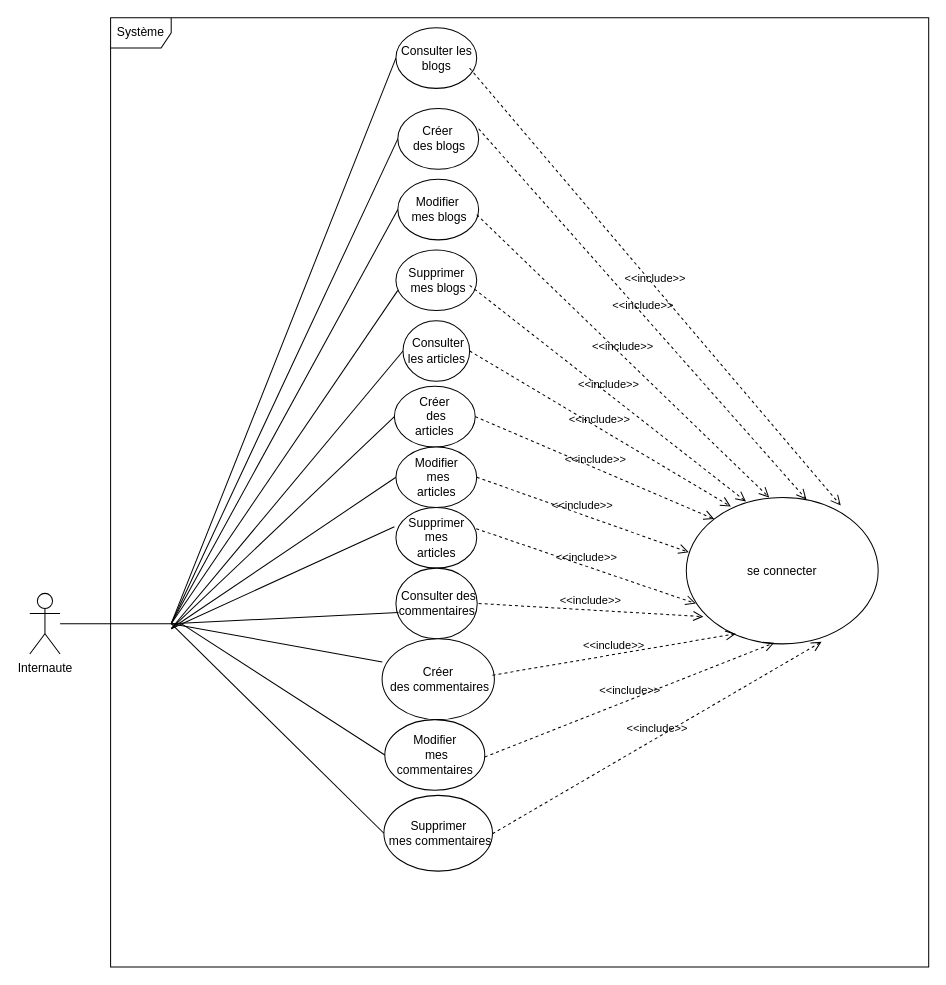
Before: page "Diagramme de cas d’utilisation" (3 of 9) of Diagramme sans nom.drawio in Ali0908/BDD_UML, a draw.io diagram. Source tidied: cells renumbered, new cells numbered last; positions are measured from the earlier drawing's top-left corner, leaving out a move shared by most shapes. Both pictures are drawn from the tidied source at 101%, with x=0, y=0 at pixel (29, 17).
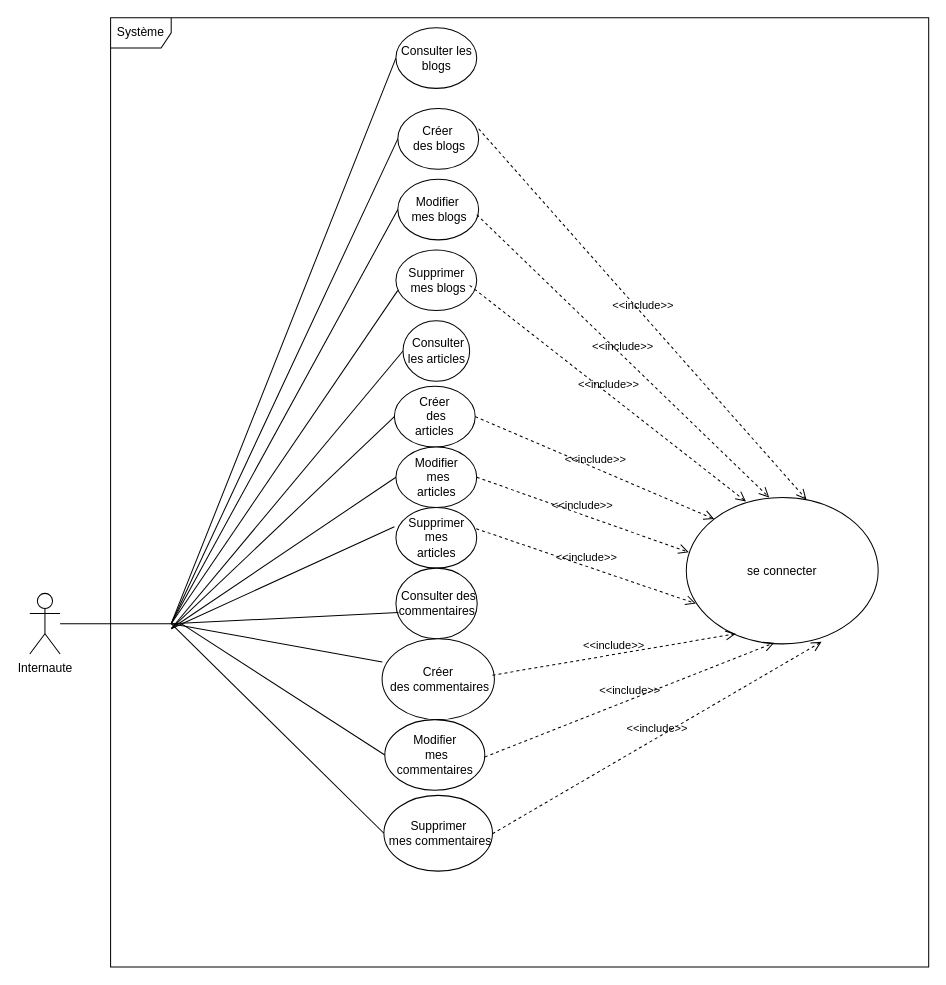
The same page after the edit.

Commit message:
MAJ diagramme de classe d'utilisation

The change refers to these unchanged cells:
```xml
<mxCell id="10" value="se connecter" style="ellipse;whiteSpace=wrap;html=1;" parent="1" vertex="1">
  <mxGeometry x="650" y="475" width="190" height="145" as="geometry" />
</mxCell>
```

The edit, as a diff of the source:
```diff
@@
-    <mxCell id="33" value="&amp;lt;&amp;lt;include&amp;gt;&amp;gt;" style="endArrow=open;startArrow=none;endFill=0;startFill=0;endSize=8;html=1;verticalAlign=bottom;dashed=1;labelBackgroundColor=none;rounded=0;exitX=0.994;exitY=0.35;exitDx=0;exitDy=0;exitPerimeter=0;entryX=0.805;entryY=0.055;entryDx=0;entryDy=0;entryPerimeter=0;" parent="1" edge="1" target="10">
-      <mxGeometry relative="1" as="geometry">
-        <mxPoint x="435.5" y="50" as="sourcePoint" />
-      </mxGeometry>
-    </mxCell>
-    <mxCell id="34" value="&amp;lt;&amp;lt;include&amp;gt;&amp;gt;" style="endArrow=open;startArrow=none;endFill=0;startFill=0;endSize=8;html=1;verticalAlign=bottom;dashed=1;labelBackgroundColor=none;rounded=0;exitX=0.994;exitY=0.35;exitDx=0;exitDy=0;exitPerimeter=0;entryX=0.089;entryY=0.814;entryDx=0;entryDy=0;entryPerimeter=0;" parent="1" edge="1" target="10">
-      <mxGeometry relative="1" as="geometry">
-        <mxPoint x="444.4" y="580" as="sourcePoint" />
-      </mxGeometry>
-    </mxCell>
@@
-    <mxCell id="41" value="&amp;lt;&amp;lt;include&amp;gt;&amp;gt;" style="endArrow=open;startArrow=none;endFill=0;startFill=0;endSize=8;html=1;verticalAlign=bottom;dashed=1;labelBackgroundColor=none;rounded=0;exitX=0.994;exitY=0.35;exitDx=0;exitDy=0;exitPerimeter=0;entryX=0.232;entryY=0.062;entryDx=0;entryDy=0;entryPerimeter=0;" parent="1" edge="1" target="10">
-      <mxGeometry relative="1" as="geometry">
-        <mxPoint x="435.5" y="330" as="sourcePoint" />
-      </mxGeometry>
-    </mxCell>
```
